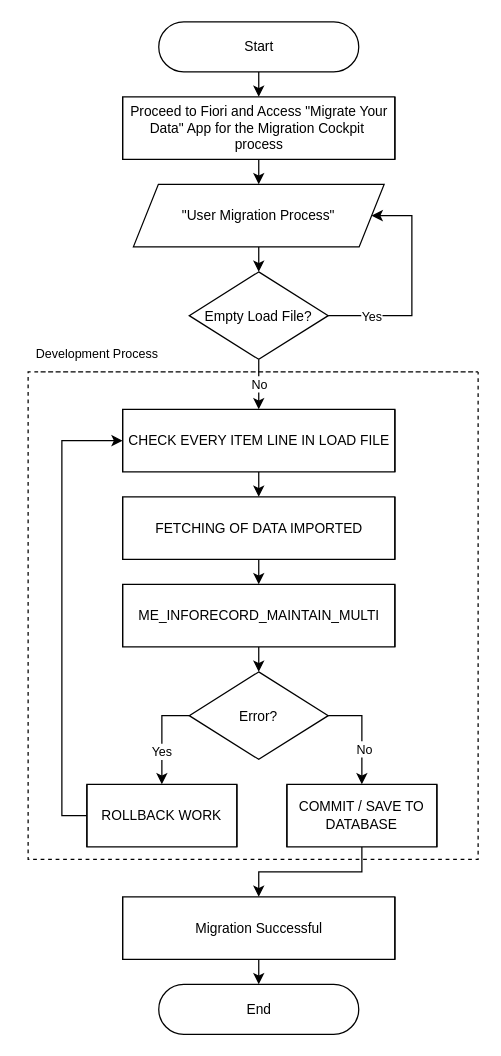
Before: FI-C1421&SD-C1422.drawio in ivanpilariza/assignment, a draw.io diagram. Source tidied: cells renumbered, new cells numbered last; positions are measured from the earlier drawing's top-left corner, leaving out a move shared by most shapes. Both pictures are drawn from the tidied source at 125%, with x=0, y=0 at pixel (21, 21).
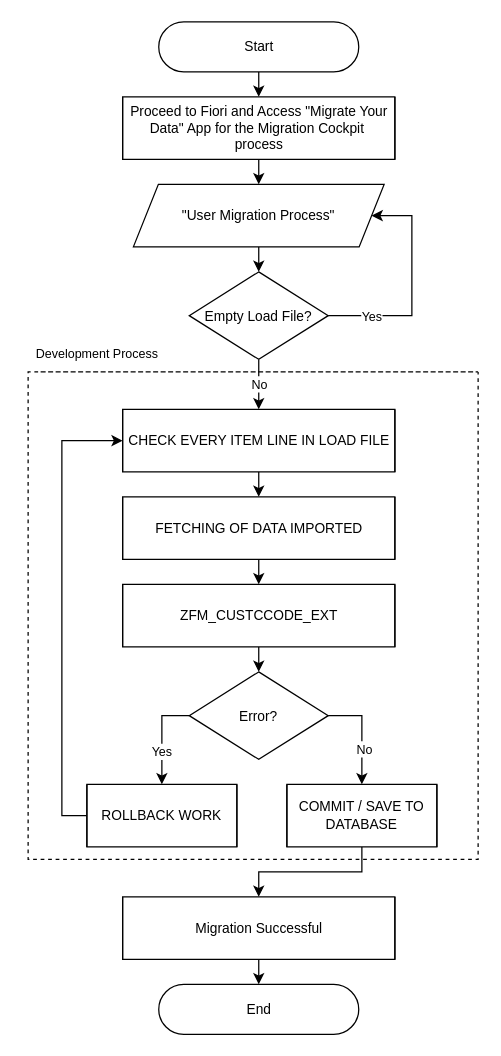
The same diagram, later.

Diff of the diagram source:
```diff
@@
-    <mxCell id="16" value="ME_INFORECORD_MAINTAIN_MULTI" style="shape=process;whiteSpace=wrap;html=1;backgroundOutline=1;fontSize=11;size=0;" parent="1" vertex="1">
+    <mxCell id="16" value="ZFM_CUSTCCODE_EXT" style="shape=process;whiteSpace=wrap;html=1;backgroundOutline=1;fontSize=11;size=0;" parent="1" vertex="1">
       <mxGeometry x="80.6" y="450" width="217.8" height="50" as="geometry" />
     </mxCell>
```
